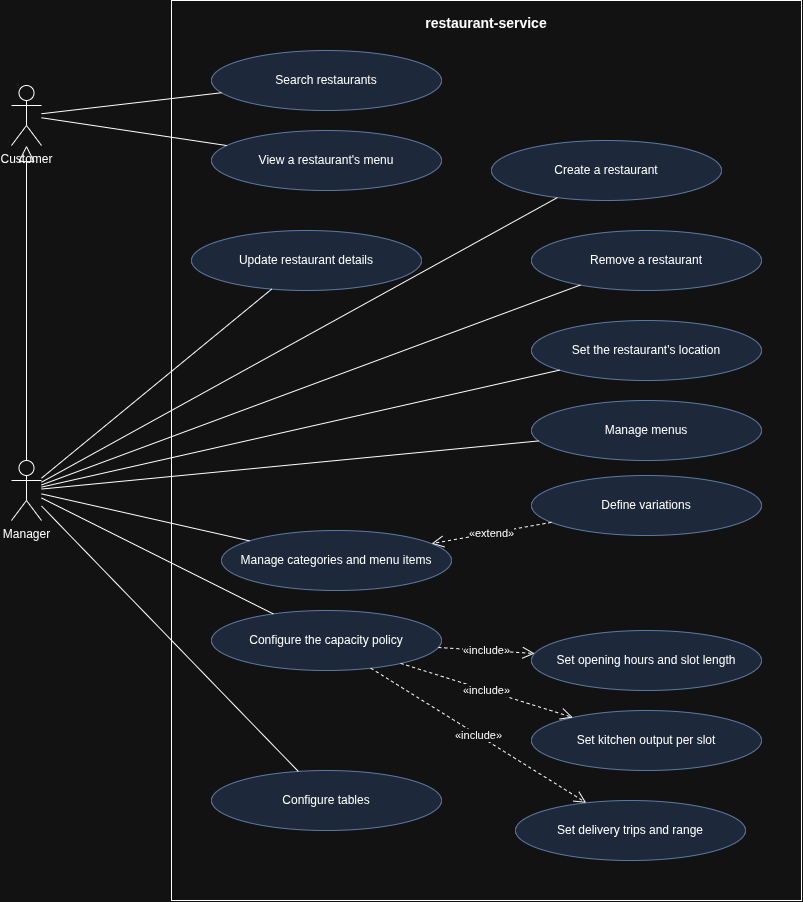
The draw.io diagram docs/reports/saap/01-Domain Driven Design/use-cases/02-restaurant.png in Norby99/munchies, before a commit. Source tidied: cells renumbered, new cells last; positions are measured from the earlier drawing's top-left corner, leaving out a move shared by most shapes.
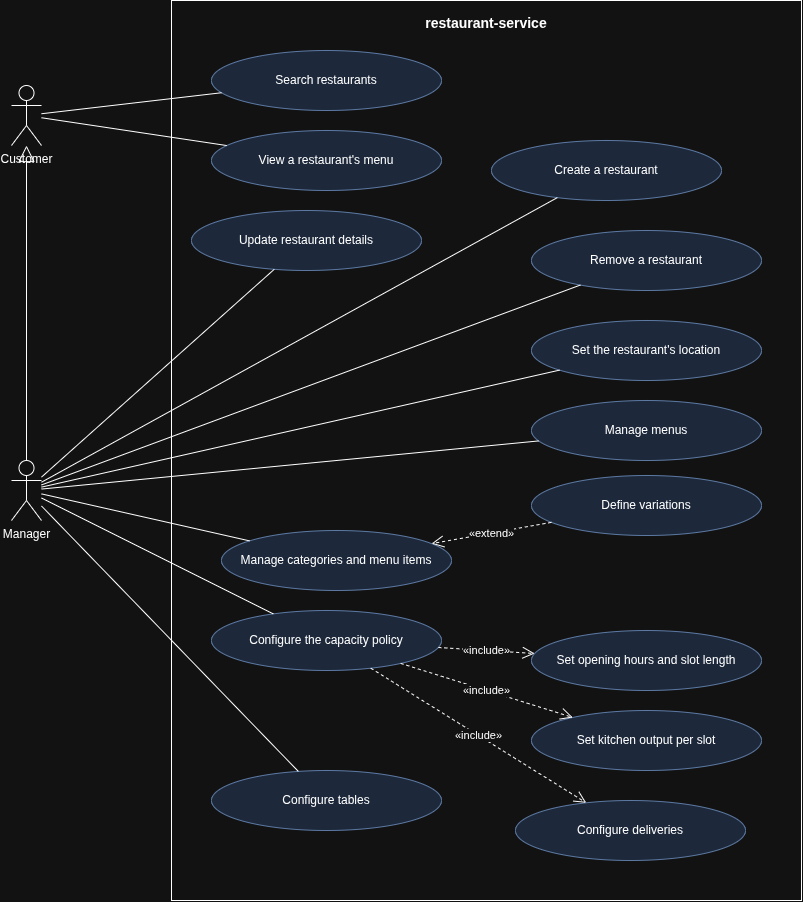
The same diagram one commit later.

Commit message:
docs(saap): cover delivery zones in the requirements and use cases

What changed in the source:
```diff
@@ -15,7 +15,7 @@
       <mxGeometry x="480" y="140" width="230" height="60" as="geometry" />
     </mxCell>
     <mxCell id="6" value="Update restaurant details" style="ellipse;whiteSpace=wrap;html=1;fillColor=#dae8fc;strokeColor=#6c8ebf;" parent="1" vertex="1">
-      <mxGeometry x="180" y="230" width="230" height="60" as="geometry" />
+      <mxGeometry x="180" y="210" width="230" height="60" as="geometry" />
     </mxCell>
     <mxCell id="7" value="Remove a restaurant" style="ellipse;whiteSpace=wrap;html=1;fillColor=#dae8fc;strokeColor=#6c8ebf;" parent="1" vertex="1">
       <mxGeometry x="520" y="230" width="230" height="60" as="geometry" />
@@ -44,7 +44,7 @@
     <mxCell id="15" value="Set kitchen output per slot" style="ellipse;whiteSpace=wrap;html=1;fillColor=#dae8fc;strokeColor=#6c8ebf;" parent="1" vertex="1">
       <mxGeometry x="520" y="710" width="230" height="60" as="geometry" />
     </mxCell>
-    <mxCell id="16" value="Set delivery trips and range" style="ellipse;whiteSpace=wrap;html=1;fillColor=#dae8fc;strokeColor=#6c8ebf;" parent="1" vertex="1">
+    <mxCell id="16" value="Configure deliveries" style="ellipse;whiteSpace=wrap;html=1;fillColor=#dae8fc;strokeColor=#6c8ebf;" parent="1" vertex="1">
       <mxGeometry x="504" y="800" width="230" height="60" as="geometry" />
     </mxCell>
     <mxCell id="17" value="Customer" style="shape=umlActor;verticalLabelPosition=bottom;verticalAlign=top;html=1;outlineConnect=0;" parent="1" vertex="1">
```
